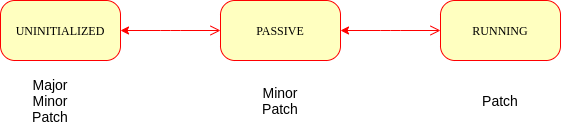
This is docs/clamp/acm/images/05-upgrade-states.png from onap/policy-parent, a draw.io export, as it was before one commit. Source tidied: cells renumbered, new cells last; positions are measured from the earlier drawing's top-left corner, leaving out a move shared by most shapes. Source of this version:
```xml
<mxGraphModel>
  <root>
    <mxCell id="0" />
    <mxCell id="1" parent="0" />
    <mxCell id="2" value="UNINITIALIZED" style="rounded=1;whiteSpace=wrap;html=1;arcSize=24;fillColor=#ffffc0;strokeColor=#ff0000;shadow=0;comic=0;labelBackgroundColor=none;fontFamily=Verdana;fontSize=12;fontColor=#000000;align=center;" parent="1" vertex="1">
      <mxGeometry width="120" height="60" as="geometry" />
    </mxCell>
    <mxCell id="3" value="PASSIVE" style="rounded=1;whiteSpace=wrap;html=1;arcSize=24;fillColor=#ffffc0;strokeColor=#ff0000;shadow=0;comic=0;labelBackgroundColor=none;fontFamily=Verdana;fontSize=12;fontColor=#000000;align=center;" parent="1" vertex="1">
      <mxGeometry x="220" width="120" height="60" as="geometry" />
    </mxCell>
    <mxCell id="4" value="RUNNING" style="rounded=1;whiteSpace=wrap;html=1;arcSize=24;fillColor=#ffffc0;strokeColor=#ff0000;shadow=0;comic=0;labelBackgroundColor=none;fontFamily=Verdana;fontSize=12;fontColor=#000000;align=center;" parent="1" vertex="1">
      <mxGeometry x="440" width="120" height="60" as="geometry" />
    </mxCell>
    <mxCell id="5" style="edgeStyle=elbowEdgeStyle;html=1;labelBackgroundColor=none;endArrow=open;endSize=8;strokeColor=#ff0000;fontFamily=Verdana;fontSize=12;align=left;entryX=0;entryY=0.5;entryDx=0;entryDy=0;startArrow=classic;startFill=1;" parent="1" edge="1" source="2" target="3">
      <mxGeometry relative="1" as="geometry" />
    </mxCell>
    <mxCell id="6" style="edgeStyle=elbowEdgeStyle;html=1;labelBackgroundColor=none;endArrow=open;endSize=8;strokeColor=#ff0000;fontFamily=Verdana;fontSize=12;align=left;entryX=0;entryY=0.5;entryDx=0;entryDy=0;exitX=1;exitY=0.5;exitDx=0;exitDy=0;startArrow=classic;startFill=1;" parent="1" edge="1" source="3" target="4">
      <mxGeometry relative="1" as="geometry" />
    </mxCell>
    <mxCell id="7" value="&lt;div style=&quot;font-size: 14px;&quot;&gt;Major&lt;/div&gt;&lt;div style=&quot;font-size: 14px;&quot;&gt;Minor&lt;/div&gt;&lt;div style=&quot;font-size: 14px;&quot;&gt;Patch&lt;br style=&quot;font-size: 14px;&quot;&gt;&lt;/div&gt;" style="text;html=1;strokeColor=none;fillColor=none;align=center;verticalAlign=middle;whiteSpace=wrap;rounded=0;fontSize=14;" parent="1" vertex="1">
      <mxGeometry x="30" y="75" width="40" height="50" as="geometry" />
    </mxCell>
    <mxCell id="8" value="&lt;div style=&quot;font-size: 14px&quot;&gt;Minor&lt;/div&gt;&lt;div style=&quot;font-size: 14px&quot;&gt;Patch&lt;br style=&quot;font-size: 14px&quot;&gt;&lt;/div&gt;" style="text;html=1;strokeColor=none;fillColor=none;align=center;verticalAlign=middle;whiteSpace=wrap;rounded=0;fontSize=14;" parent="1" vertex="1">
      <mxGeometry x="260" y="75" width="40" height="50" as="geometry" />
    </mxCell>
    <mxCell id="9" value="&lt;div style=&quot;font-size: 14px&quot;&gt;Patch&lt;br style=&quot;font-size: 14px&quot;&gt;&lt;/div&gt;" style="text;html=1;strokeColor=none;fillColor=none;align=center;verticalAlign=middle;whiteSpace=wrap;rounded=0;fontSize=14;" parent="1" vertex="1">
      <mxGeometry x="480" y="75" width="40" height="50" as="geometry" />
    </mxCell>
  </root>
</mxGraphModel>
```
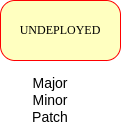
Later version of the same file.

Diff of the diagram source:
```diff
@@ -2,29 +2,11 @@
   <root>
     <mxCell id="0" />
     <mxCell id="1" parent="0" />
-    <mxCell id="2" value="UNINITIALIZED" style="rounded=1;whiteSpace=wrap;html=1;arcSize=24;fillColor=#ffffc0;strokeColor=#ff0000;shadow=0;comic=0;labelBackgroundColor=none;fontFamily=Verdana;fontSize=12;fontColor=#000000;align=center;" parent="1" vertex="1">
+    <mxCell id="2" value="UNDEPLOYED" style="rounded=1;whiteSpace=wrap;html=1;arcSize=24;fillColor=#ffffc0;strokeColor=#ff0000;shadow=0;comic=0;labelBackgroundColor=none;fontFamily=Verdana;fontSize=12;fontColor=#000000;align=center;" parent="1" vertex="1">
       <mxGeometry width="120" height="60" as="geometry" />
     </mxCell>
-    <mxCell id="3" value="PASSIVE" style="rounded=1;whiteSpace=wrap;html=1;arcSize=24;fillColor=#ffffc0;strokeColor=#ff0000;shadow=0;comic=0;labelBackgroundColor=none;fontFamily=Verdana;fontSize=12;fontColor=#000000;align=center;" parent="1" vertex="1">
-      <mxGeometry x="220" width="120" height="60" as="geometry" />
-    </mxCell>
-    <mxCell id="4" value="RUNNING" style="rounded=1;whiteSpace=wrap;html=1;arcSize=24;fillColor=#ffffc0;strokeColor=#ff0000;shadow=0;comic=0;labelBackgroundColor=none;fontFamily=Verdana;fontSize=12;fontColor=#000000;align=center;" parent="1" vertex="1">
-      <mxGeometry x="440" width="120" height="60" as="geometry" />
-    </mxCell>
-    <mxCell id="5" style="edgeStyle=elbowEdgeStyle;html=1;labelBackgroundColor=none;endArrow=open;endSize=8;strokeColor=#ff0000;fontFamily=Verdana;fontSize=12;align=left;entryX=0;entryY=0.5;entryDx=0;entryDy=0;startArrow=classic;startFill=1;" parent="1" edge="1" source="2" target="3">
-      <mxGeometry relative="1" as="geometry" />
-    </mxCell>
-    <mxCell id="6" style="edgeStyle=elbowEdgeStyle;html=1;labelBackgroundColor=none;endArrow=open;endSize=8;strokeColor=#ff0000;fontFamily=Verdana;fontSize=12;align=left;entryX=0;entryY=0.5;entryDx=0;entryDy=0;exitX=1;exitY=0.5;exitDx=0;exitDy=0;startArrow=classic;startFill=1;" parent="1" edge="1" source="3" target="4">
-      <mxGeometry relative="1" as="geometry" />
-    </mxCell>
     <mxCell id="7" value="&lt;div style=&quot;font-size: 14px;&quot;&gt;Major&lt;/div&gt;&lt;div style=&quot;font-size: 14px;&quot;&gt;Minor&lt;/div&gt;&lt;div style=&quot;font-size: 14px;&quot;&gt;Patch&lt;br style=&quot;font-size: 14px;&quot;&gt;&lt;/div&gt;" style="text;html=1;strokeColor=none;fillColor=none;align=center;verticalAlign=middle;whiteSpace=wrap;rounded=0;fontSize=14;" parent="1" vertex="1">
       <mxGeometry x="30" y="75" width="40" height="50" as="geometry" />
     </mxCell>
-    <mxCell id="8" value="&lt;div style=&quot;font-size: 14px&quot;&gt;Minor&lt;/div&gt;&lt;div style=&quot;font-size: 14px&quot;&gt;Patch&lt;br style=&quot;font-size: 14px&quot;&gt;&lt;/div&gt;" style="text;html=1;strokeColor=none;fillColor=none;align=center;verticalAlign=middle;whiteSpace=wrap;rounded=0;fontSize=14;" parent="1" vertex="1">
-      <mxGeometry x="260" y="75" width="40" height="50" as="geometry" />
-    </mxCell>
-    <mxCell id="9" value="&lt;div style=&quot;font-size: 14px&quot;&gt;Patch&lt;br style=&quot;font-size: 14px&quot;&gt;&lt;/div&gt;" style="text;html=1;strokeColor=none;fillColor=none;align=center;verticalAlign=middle;whiteSpace=wrap;rounded=0;fontSize=14;" parent="1" vertex="1">
-      <mxGeometry x="480" y="75" width="40" height="50" as="geometry" />
-    </mxCell>
   </root>
 </mxGraphModel>
```
